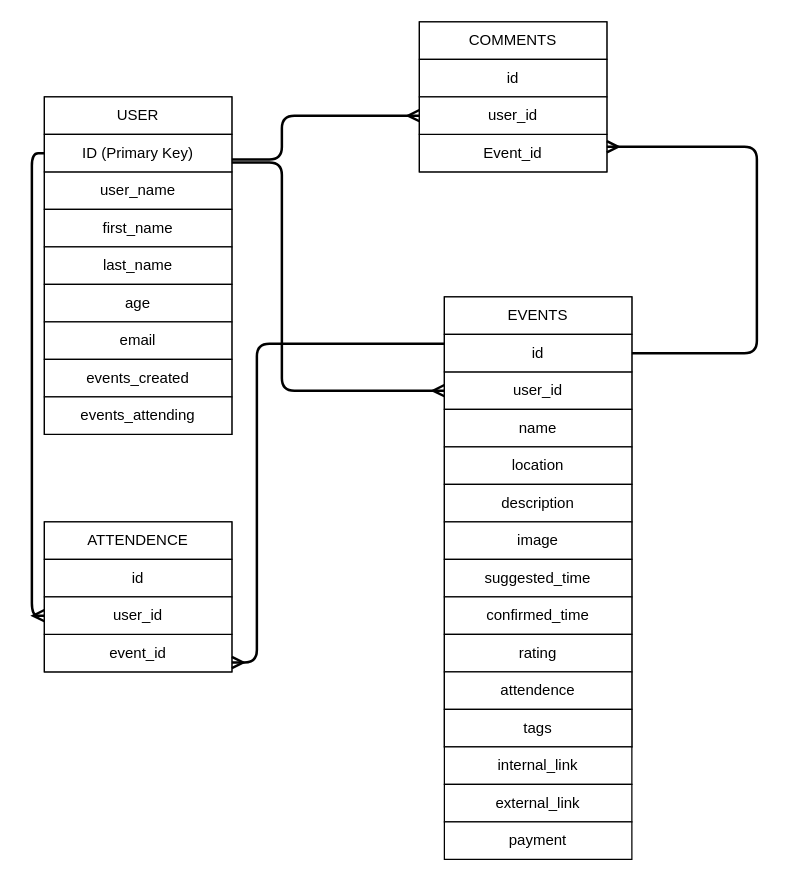
Before: db_diagram.drawio in SchoolOfCode/final-project-repo-downton-coders-backend, a draw.io diagram. Source tidied: cells renumbered, new cells numbered last; positions are measured from the earlier drawing's top-left corner, leaving out a move shared by most shapes. Both pictures are drawn from the tidied source at 125%, with x=0, y=0 at pixel (31, 21).
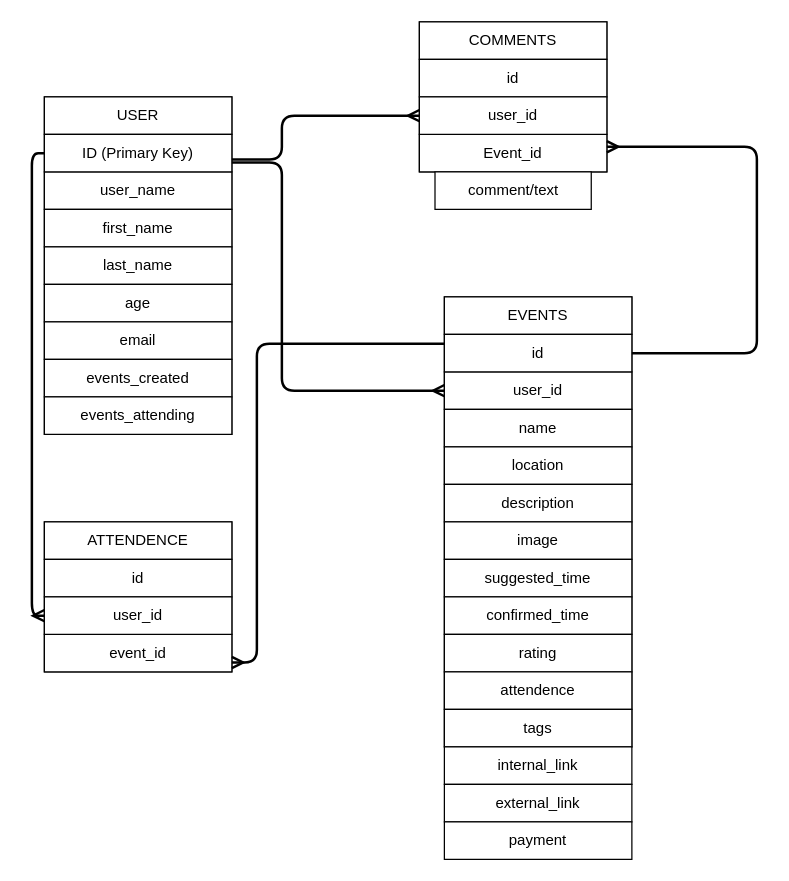
The same page after the edit.

What changed in the source:
```diff
@@
+    <mxCell id="43" value="comment/text" style="whiteSpace=wrap;html=1;rounded=0;" parent="1" vertex="1">
+      <mxGeometry x="322.5" y="120" width="125" height="30" as="geometry" />
+    </mxCell>
```
